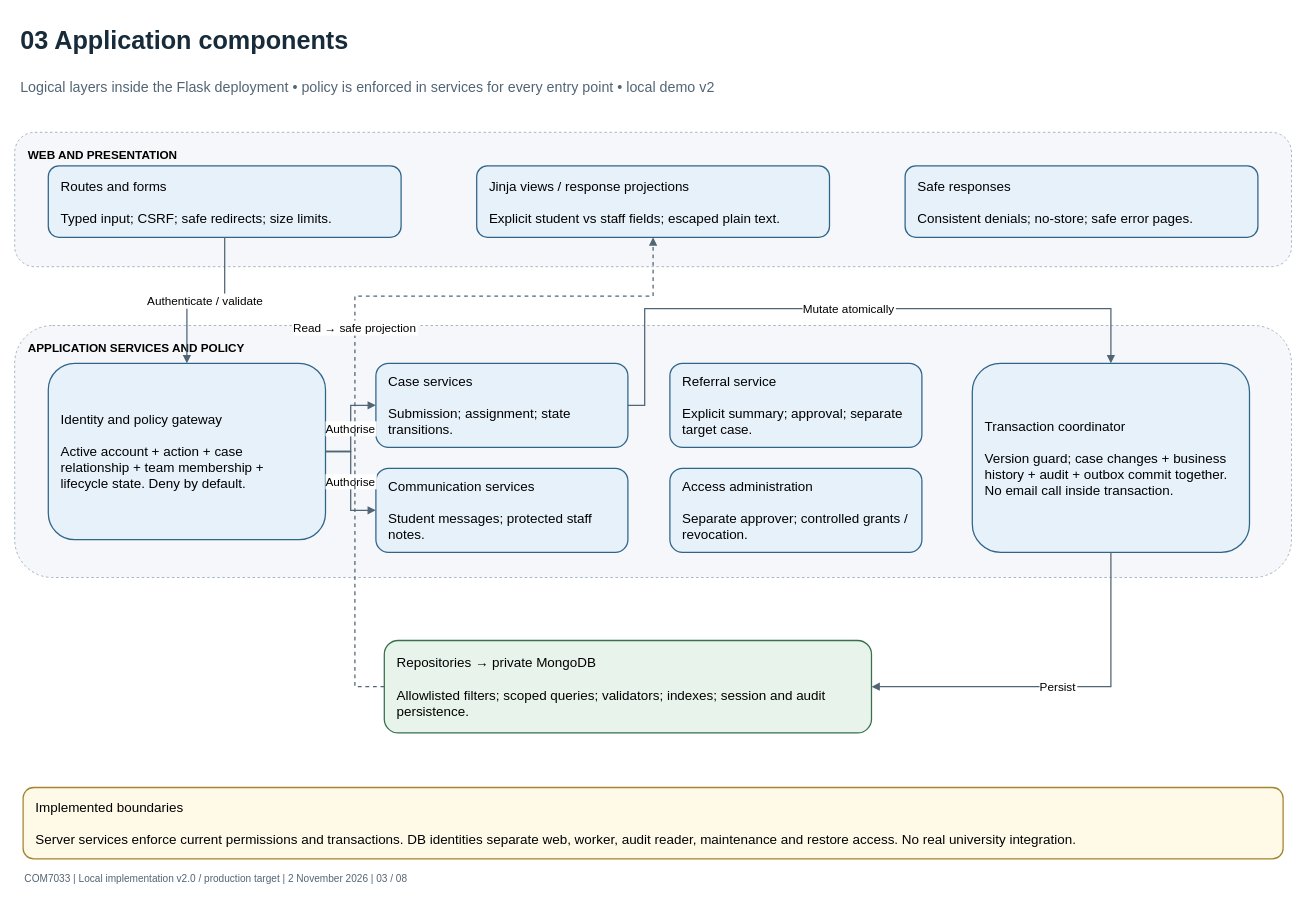
JEGSON/student-support-system keeps this draw.io diagram as page "03 Application components" (3 of 8) of docs/architecture/student-support-architecture.drawio. Above is the earlier version. Source tidied: cells renumbered, new cells numbered last; positions are measured from the earlier drawing's top-left corner, leaving out a move shared by most shapes. Both pictures are drawn from the tidied source at 84%, with x=0, y=0 at pixel (14, 14).
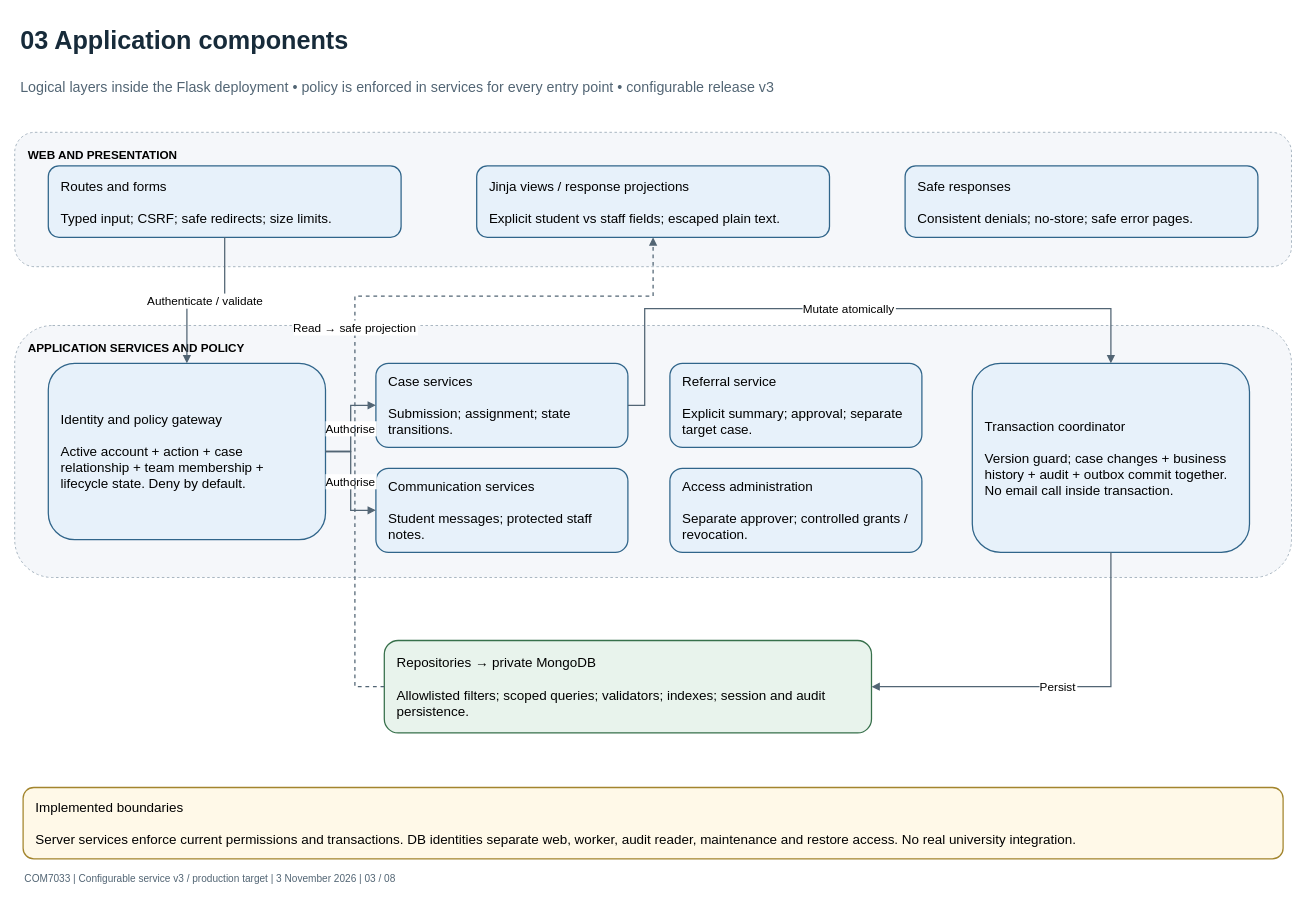
Above is the later version.

Diff of the diagram source:
```diff
@@
-    <mxCell id="3" value="Logical layers inside the Flask deployment • policy is enforced in services for every entry point • local demo v2" style="text;html=0;align=left;verticalAlign=middle;fontSize=17;fontColor=#526574;whiteSpace=wrap;" parent="1" vertex="1">
+    <mxCell id="3" value="Logical layers inside the Flask deployment • policy is enforced in services for every entry point • configurable release v3" style="text;html=0;align=left;verticalAlign=middle;fontSize=17;fontColor=#526574;whiteSpace=wrap;" parent="1" vertex="1">
       <mxGeometry x="5" y="65" width="1510" height="45" as="geometry" />
     </mxCell>
@@
-    <mxCell id="23" value="COM7033 | Local implementation v2.0 / production target | 2 November 2026 | 03 / 08" style="text;html=0;align=left;fontSize=12;fontColor=#526574;" parent="1" vertex="1">
+    <mxCell id="23" value="COM7033 | Configurable service v3 / production target | 3 November 2026 | 03 / 08" style="text;html=0;align=left;fontSize=12;fontColor=#526574;" parent="1" vertex="1">
       <mxGeometry x="10" y="1015" width="1500" height="25" as="geometry" />
     </mxCell>
```
